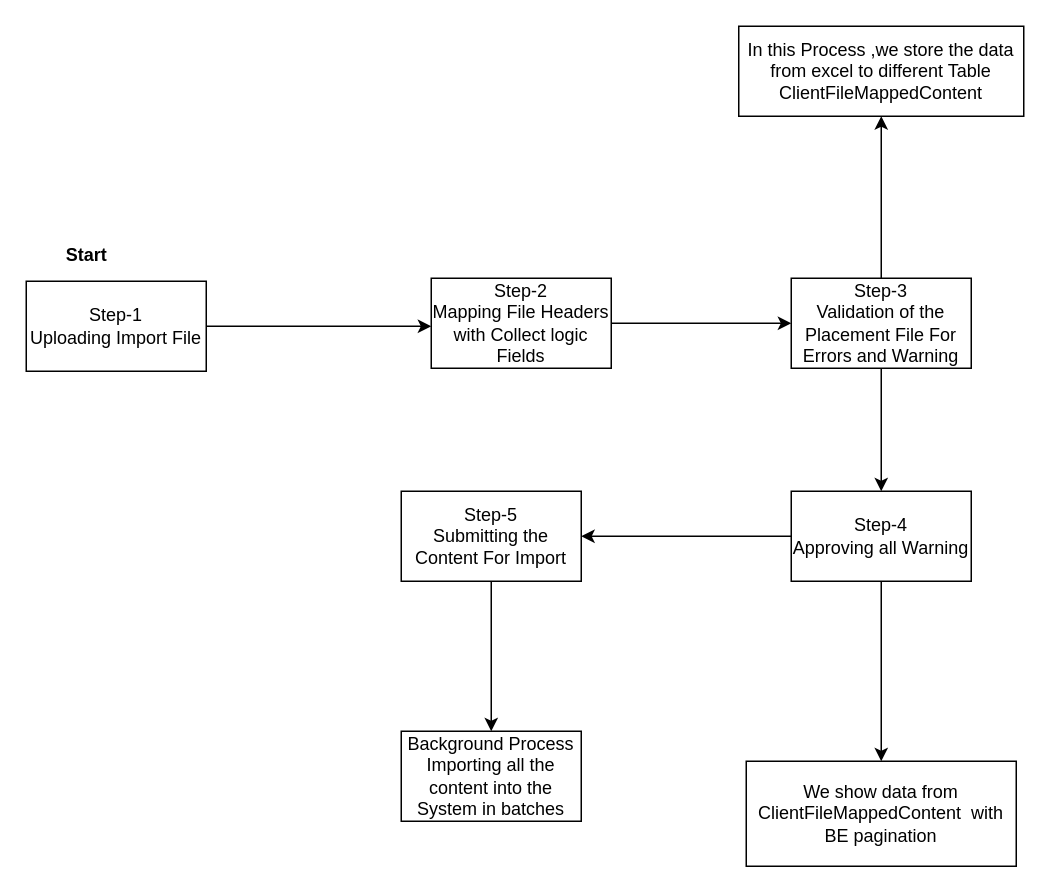
This is Untitled Diagram.drawio from RounakBytes/git, a draw.io file, before an edit. Source tidied: cells renumbered, new cells numbered last; positions are measured from the earlier drawing's top-left corner, leaving out a move shared by most shapes. Both pictures are drawn from the tidied source at 150%, with x=0, y=0 at pixel (26, 26).
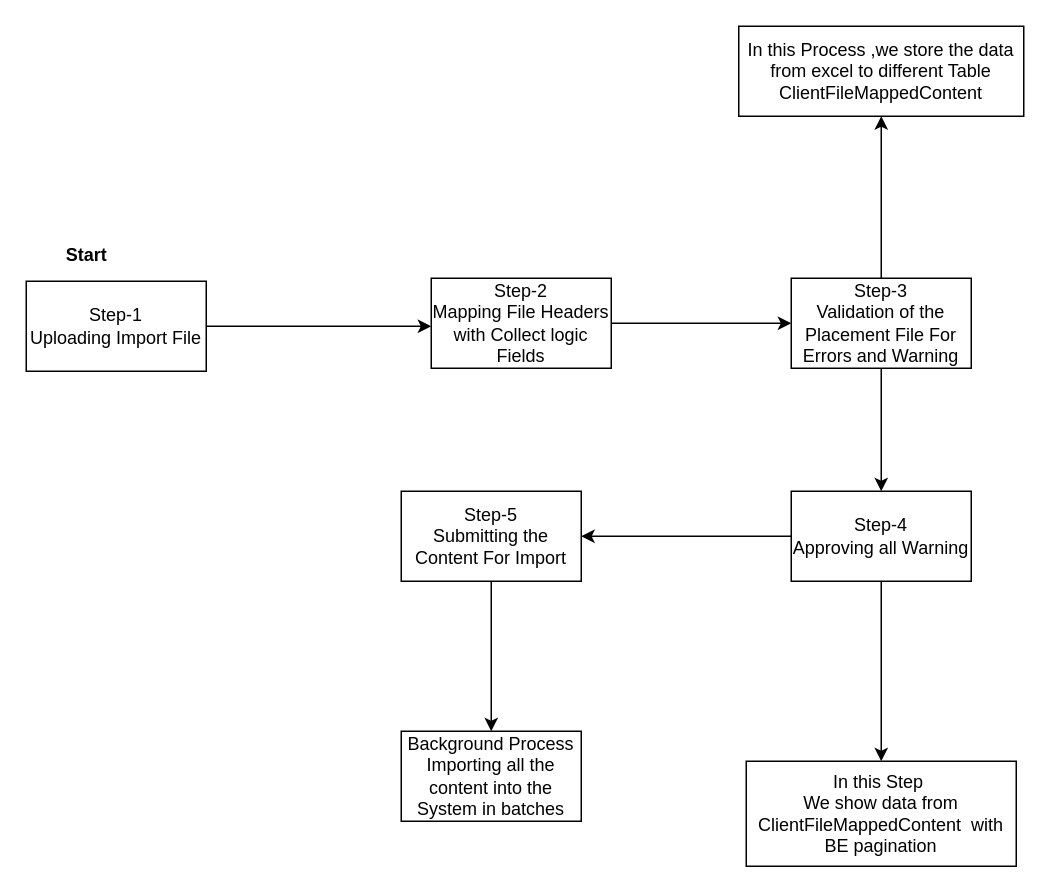
After the change.

What changed in the source:
```diff
@@
 <mxGraphModel>
   <root>
     <mxCell id="0" />
     <mxCell id="1" parent="0" />
     <mxCell id="2" style="edgeStyle=orthogonalEdgeStyle;rounded=0;jettySize=auto;html=1;exitX=1;exitY=0.5;exitDx=0;exitDy=0;" parent="1" edge="1" source="3">
       <mxGeometry relative="1" as="geometry">
         <mxPoint x="270" y="200" as="targetPoint" />
       </mxGeometry>
     </mxCell>
     <mxCell id="3" value="Step-1 &lt;br&gt;Uploading Import File" style="rounded=0;whiteSpace=wrap;html=1;" parent="1" vertex="1">
       <mxGeometry y="170" width="120" height="60" as="geometry" />
     </mxCell>
     <mxCell id="4" value="&lt;b&gt;Start&lt;/b&gt;" style="text;html=1;align=center;verticalAlign=middle;strokeColor=none;fillColor=none;" parent="1" vertex="1">
       <mxGeometry x="15" y="138" width="50" height="30" as="geometry" />
     </mxCell>
     <mxCell id="5" style="edgeStyle=orthogonalEdgeStyle;rounded=0;jettySize=auto;html=1;exitX=1;exitY=0.5;exitDx=0;exitDy=0;" parent="1" edge="1" source="6" target="9">
       <mxGeometry relative="1" as="geometry" />
     </mxCell>
     <mxCell id="6" value="Step-2&lt;br&gt;Mapping File Headers with Collect logic Fields" style="rounded=0;whiteSpace=wrap;html=1;" parent="1" vertex="1">
       <mxGeometry x="270" y="168" width="120" height="60" as="geometry" />
     </mxCell>
     <mxCell id="7" style="edgeStyle=orthogonalEdgeStyle;rounded=0;jettySize=auto;html=1;exitX=0.5;exitY=1;exitDx=0;exitDy=0;" parent="1" edge="1" source="9">
       <mxGeometry relative="1" as="geometry">
         <mxPoint x="570" y="310" as="targetPoint" />
       </mxGeometry>
     </mxCell>
     <mxCell id="8" style="edgeStyle=orthogonalEdgeStyle;rounded=0;jettySize=auto;html=1;exitX=0.5;exitY=0;exitDx=0;exitDy=0;" parent="1" edge="1" source="9" target="16">
       <mxGeometry relative="1" as="geometry" />
     </mxCell>
     <mxCell id="9" value="Step-3&lt;br&gt;Validation of the Placement File For Errors and Warning" style="rounded=0;whiteSpace=wrap;html=1;" parent="1" vertex="1">
       <mxGeometry x="510" y="168" width="120" height="60" as="geometry" />
     </mxCell>
     <mxCell id="10" style="edgeStyle=orthogonalEdgeStyle;rounded=0;jettySize=auto;html=1;exitX=0;exitY=0.5;exitDx=0;exitDy=0;" parent="1" edge="1" source="12" target="14">
       <mxGeometry relative="1" as="geometry" />
     </mxCell>
     <mxCell id="11" style="edgeStyle=orthogonalEdgeStyle;rounded=0;jettySize=auto;html=1;exitX=0.5;exitY=1;exitDx=0;exitDy=0;" parent="1" edge="1" source="12" target="17">
       <mxGeometry relative="1" as="geometry" />
     </mxCell>
     <mxCell id="12" value="Step-4&lt;br&gt;Approving all Warning" style="rounded=0;whiteSpace=wrap;html=1;" parent="1" vertex="1">
       <mxGeometry x="510" y="310" width="120" height="60" as="geometry" />
     </mxCell>
     <mxCell id="13" style="edgeStyle=orthogonalEdgeStyle;rounded=0;jettySize=auto;html=1;exitX=0.5;exitY=1;exitDx=0;exitDy=0;" parent="1" edge="1" source="14" target="15">
       <mxGeometry relative="1" as="geometry" />
     </mxCell>
     <mxCell id="14" value="Step-5&lt;div&gt;Submitting the Content For Import&lt;/div&gt;" style="rounded=0;whiteSpace=wrap;html=1;" parent="1" vertex="1">
       <mxGeometry x="250" y="310" width="120" height="60" as="geometry" />
     </mxCell>
     <mxCell id="15" value="Background Process Importing all the content into the System in batches" style="rounded=0;whiteSpace=wrap;html=1;" parent="1" vertex="1">
       <mxGeometry x="250" y="470" width="120" height="60" as="geometry" />
     </mxCell>
     <mxCell id="16" value="In this Process ,we store the data from excel to different Table ClientFileMappedContent" style="rounded=0;whiteSpace=wrap;html=1;" parent="1" vertex="1">
       <mxGeometry x="475" width="190" height="60" as="geometry" />
     </mxCell>
-    <mxCell id="17" value="We show data from ClientFileMappedContent&amp;nbsp; with BE pagination" style="rounded=0;whiteSpace=wrap;html=1;" parent="1" vertex="1">
+    <mxCell id="17" value="In this Step&amp;nbsp;&lt;div&gt;We show data from ClientFileMappedContent&amp;nbsp; with BE pagination&lt;/div&gt;" style="rounded=0;whiteSpace=wrap;html=1;" parent="1" vertex="1">
       <mxGeometry x="480" y="490" width="180" height="70" as="geometry" />
     </mxCell>
   </root>
 </mxGraphModel>
```
